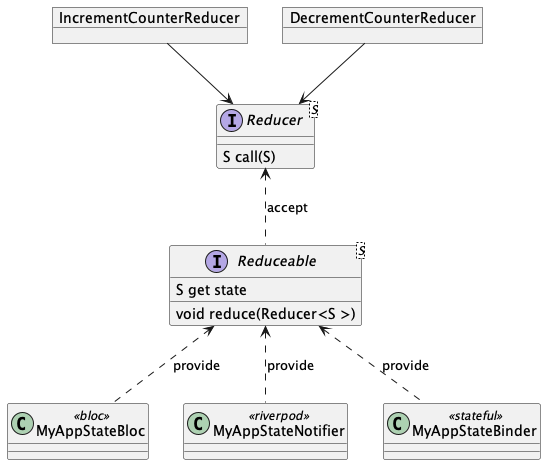
This is doc/images/reducer_action.png from partmaster/reduced, a PlantUML export, as it was before one commit.
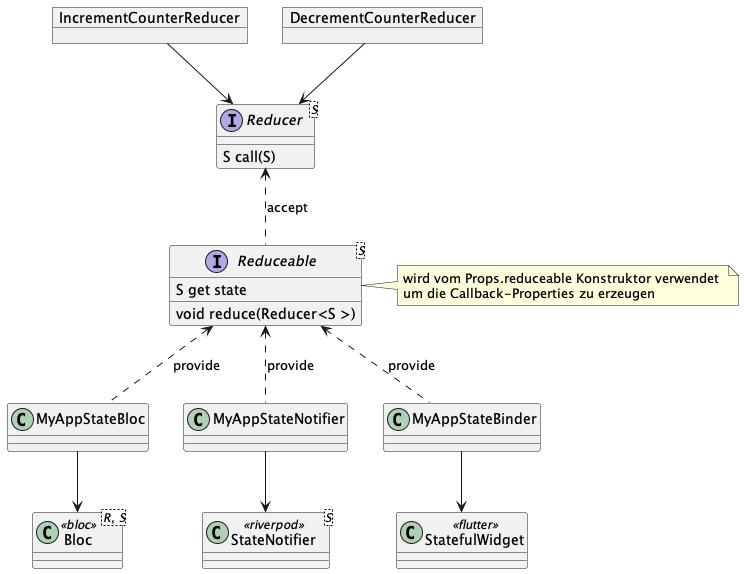
After the change.

Commit message:
reducer uml diagram added

Diff of the diagram source:
```diff
@@ -7,14 +7,28 @@
 interface Reducer<S>
 Reducer : S call(S)
 
-class MyAppStateBloc <<bloc>>
-class MyAppStateNotifier <<riverpod>>
-class MyAppStateBinder <<stateful>>
+class MyAppStateBloc
+class MyAppStateNotifier
+class MyAppStateBinder
+
+class StateNotifier<S> <<riverpod>>
+MyAppStateNotifier -down-> StateNotifier
+
+class StatefulWidget <<flutter>>
+MyAppStateBinder -down-> StatefulWidget
+
+class Bloc<R, S> <<bloc>>
+MyAppStateBloc -down-> Bloc
 
 Reduceable .up.> Reducer : accept
 MyAppStateBloc .up.> Reduceable : provide
 MyAppStateNotifier .up.> Reduceable : provide
 MyAppStateBinder .up.> Reduceable : provide
+
+note right of Reduceable
+    wird vom Props.reduceable Konstruktor verwendet
+    um die Callback-Properties zu erzeugen
+end note
 
 object IncrementCounterReducer
 object DecrementCounterReducer
```
